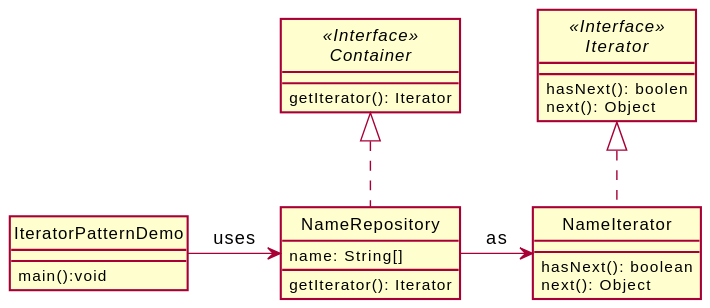
Above: src/main/java/Iterateur/Name/README/Diagramme de classe.svg in yvanross/LOG121-GOF-exemples (PlantUML), before the change.
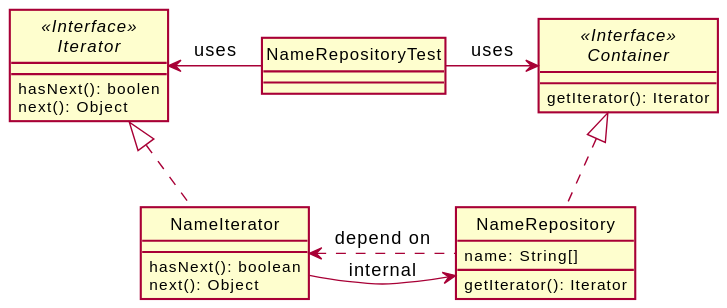
The same diagram one commit later.

Commit message:
add exercice  NameRepository pour la séance #3

What changed in the source:
```diff
@@ -15,11 +15,13 @@
   hasNext(): boolean
   next(): Object
 }
-class IteratorPatternDemo{
-  main():void
+class NameRepositoryTest{
 }
 class NameRepository implements Container
 class NameIterator implements Iterator
-IteratorPatternDemo -> NameRepository : uses
-NameRepository -> NameIterator : as
+
+NameRepository .left-> NameIterator : depend on
+NameRepository <-left- NameIterator : internal
+NameRepositoryTest -left-> Iterator : uses
+Container <-left- NameRepositoryTest : uses
 @enduml
```
